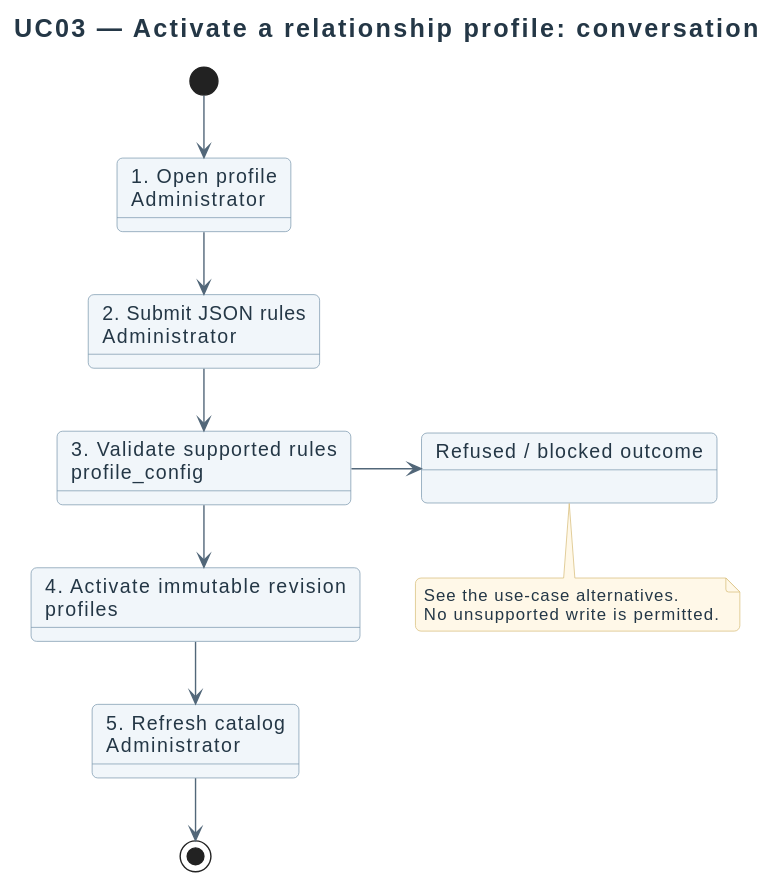
Earlier version of the PlantUML export docs/diagrams/requirements/use-case-details/uc03-configure-profile.svg (didactika/moodle-local_coursefiles). Its diagram source:
```plantuml
@startuml
!include ../../_style.puml
title UC03 — Activate a relationship profile: conversation
top to bottom direction
state "1. Open profile\nAdministrator" as S1
state "2. Submit JSON rules\nAdministrator" as S2
state "3. Validate supported rules\nprofile_config" as S3
state "4. Activate immutable revision\nprofiles" as S4
state "5. Refresh catalog\nAdministrator" as S5
state "Refused / blocked outcome" as Refused
[*] --> S1
S1 --> S2
S2 --> S3
S3 --> S4
S4 --> S5
S5 --> [*]
S3 -right-> Refused
note bottom of Refused
See the use-case alternatives.
No unsupported write is permitted.
end note
@enduml
```
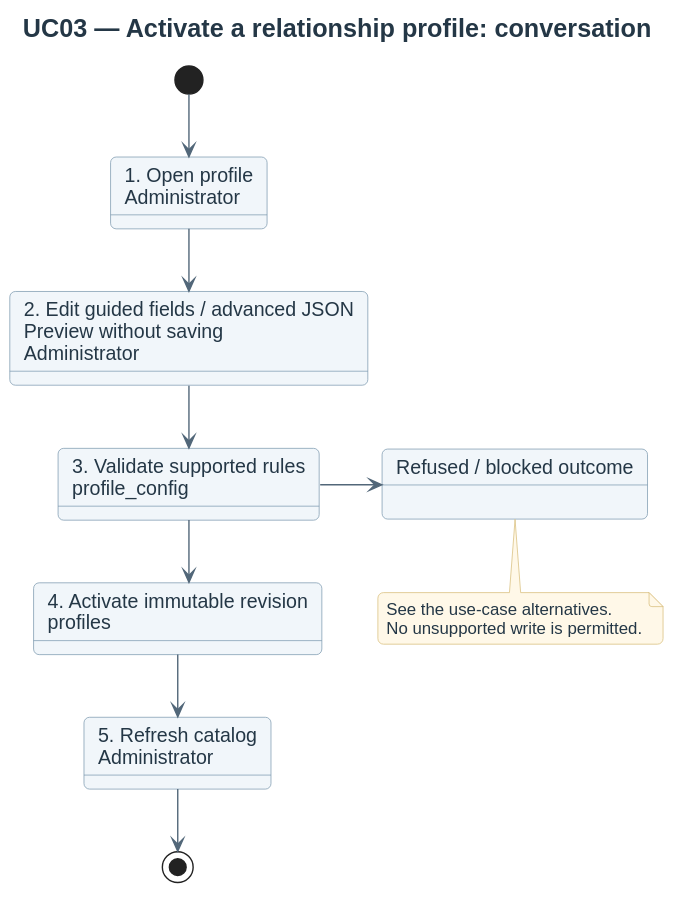
After the commit.

Diff of the diagram source:
```diff
@@ -3,7 +3,7 @@
 title UC03 — Activate a relationship profile: conversation
 top to bottom direction
 state "1. Open profile\nAdministrator" as S1
-state "2. Submit JSON rules\nAdministrator" as S2
+state "2. Edit guided fields / advanced JSON\nPreview without saving\nAdministrator" as S2
 state "3. Validate supported rules\nprofile_config" as S3
 state "4. Activate immutable revision\nprofiles" as S4
 state "5. Refresh catalog\nAdministrator" as S5
```
